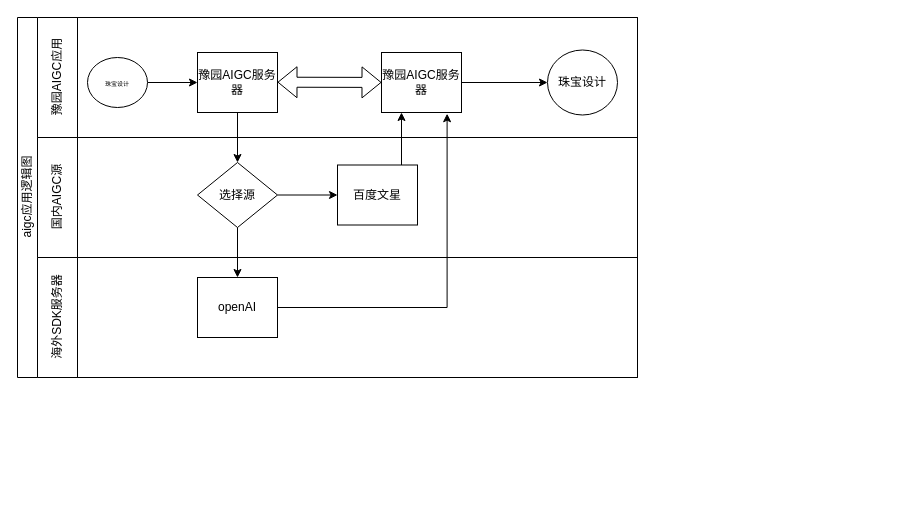
Above: 未命名绘图.drawio in parson724/diagrams (draw.io), before the change. Source tidied: cells renumbered, new cells numbered last; positions are measured from the earlier drawing's top-left corner, leaving out a move shared by most shapes. Both pictures are drawn from the tidied source at 100%, with x=0, y=0 at pixel (17, 17).
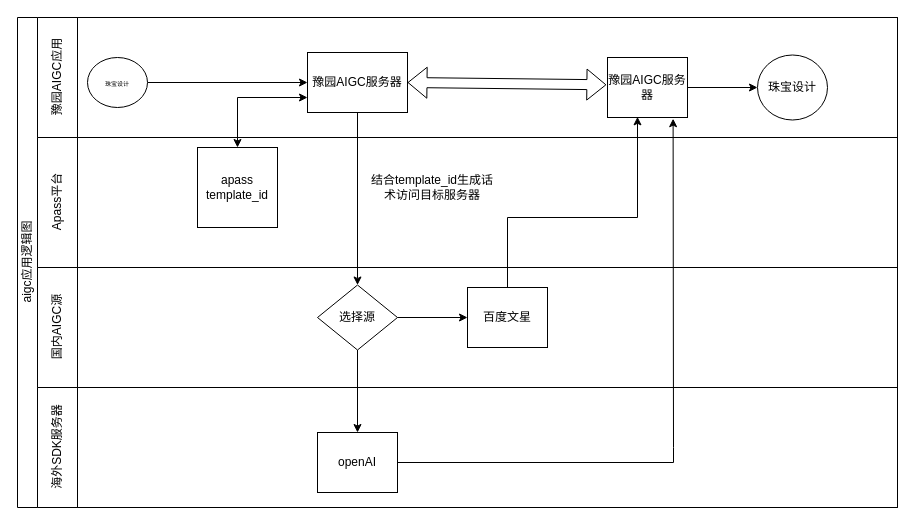
After the change.

Commit message:
更新未命名绘图.drawio

The edit, as a diff of the source:
```diff
@@
-    <mxCell id="2" value="&lt;span style=&quot;font-weight: normal;&quot;&gt;aigc应用逻辑图&lt;/span&gt;" style="swimlane;html=1;horizontal=0;startSize=20;" parent="1" vertex="1">
-      <mxGeometry width="620" height="360" as="geometry" />
+    <mxCell id="2" value="&lt;span style=&quot;&quot;&gt;aigc应用逻辑图&lt;/span&gt;" style="swimlane;html=1;horizontal=0;startSize=20;fontStyle=0;" parent="1" vertex="1">
+      <mxGeometry width="880" height="490" as="geometry" />
     </mxCell>
     <mxCell id="3" value="&lt;span style=&quot;font-weight: normal;&quot;&gt;豫园AIGC应用&lt;/span&gt;" style="swimlane;html=1;startSize=40;horizontal=0;" parent="2" vertex="1">
-      <mxGeometry x="20" width="600" height="120" as="geometry" />
+      <mxGeometry x="20" width="860" height="120" as="geometry" />
     </mxCell>
@@
     <mxCell id="6" value="豫园AIGC服务器" style="rounded=0;whiteSpace=wrap;html=1;fontFamily=Helvetica;fontSize=12;fontColor=#000000;align=center;" parent="3" vertex="1">
-      <mxGeometry x="160" y="35" width="80" height="60" as="geometry" />
+      <mxGeometry x="270" y="35" width="100" height="60" as="geometry" />
     </mxCell>
     <mxCell id="7" value="珠宝设计" style="ellipse;whiteSpace=wrap;html=1;" parent="3" vertex="1">
-      <mxGeometry x="510" y="32.5" width="70" height="65" as="geometry" />
+      <mxGeometry x="720" y="37.5" width="70" height="65" as="geometry" />
     </mxCell>
-    <mxCell id="8" style="edgeStyle=orthogonalEdgeStyle;rounded=0;jettySize=auto;html=1;" parent="3" edge="1" source="9" target="7">
+    <mxCell id="8" style="edgeStyle=orthogonalEdgeStyle;rounded=0;jettySize=auto;html=1;entryX=0;entryY=0.5;entryDx=0;entryDy=0;" parent="3" edge="1" source="9" target="7">
       <mxGeometry relative="1" as="geometry" />
     </mxCell>
     <mxCell id="9" value="豫园AIGC服务器" style="rounded=0;whiteSpace=wrap;html=1;fontFamily=Helvetica;fontSize=12;fontColor=#000000;align=center;" parent="3" vertex="1">
-      <mxGeometry x="344" y="35" width="80" height="60" as="geometry" />
+      <mxGeometry x="570" y="40" width="80" height="60" as="geometry" />
     </mxCell>
-    <mxCell id="10" style="shape=flexArrow;endArrow=classic;startArrow=classic;html=1;rounded=0;" parent="3" edge="1" source="9">
-      <mxGeometry relative="1" as="geometry">
-        <mxPoint x="240" y="64.7" as="targetPoint" />
-      </mxGeometry>
+    <mxCell id="10" style="shape=flexArrow;endArrow=classic;startArrow=classic;html=1;rounded=0;exitX=-0.014;exitY=0.455;exitDx=0;exitDy=0;exitPerimeter=0;entryX=1;entryY=0.5;entryDx=0;entryDy=0;" parent="3" edge="1" source="9" target="6">
+      <mxGeometry relative="1" as="geometry" />
     </mxCell>
-    <mxCell id="11" value="&lt;span style=&quot;font-weight: normal;&quot;&gt;国内AIGC源&lt;/span&gt;" style="swimlane;html=1;startSize=40;horizontal=0;" parent="2" vertex="1">
-      <mxGeometry x="20" y="120" width="600" height="120" as="geometry" />
+    <mxCell id="11" value="&lt;span style=&quot;font-weight: 400;&quot;&gt;Apass平台&lt;/span&gt;" style="swimlane;html=1;startSize=40;horizontal=0;" parent="2" vertex="1">
+      <mxGeometry x="20" y="120" width="860" height="130" as="geometry" />
     </mxCell>
+    <mxCell id="21" value="apass template_id" style="whiteSpace=wrap;html=1;" parent="11" vertex="1">
+      <mxGeometry x="160" y="10" width="80" height="80" as="geometry" />
+    </mxCell>
+    <mxCell id="22" value="结合template_id生成话术访问目标服务器" style="text;html=1;strokeColor=none;fillColor=none;align=center;verticalAlign=middle;whiteSpace=wrap;rounded=0;" parent="11" vertex="1">
+      <mxGeometry x="330" y="20" width="130" height="60" as="geometry" />
+    </mxCell>
+    <mxCell id="16" style="edgeStyle=orthogonalEdgeStyle;rounded=0;jettySize=auto;html=1;entryX=0.5;entryY=0;entryDx=0;entryDy=0;" parent="2" edge="1" source="14" target="20">
+      <mxGeometry relative="1" as="geometry" />
+    </mxCell>
+    <mxCell id="17" style="edgeStyle=orthogonalEdgeStyle;rounded=0;jettySize=auto;html=1;endArrow=classic;endFill=1;exitX=1;exitY=0.5;exitDx=0;exitDy=0;entryX=0.82;entryY=1.02;entryDx=0;entryDy=0;entryPerimeter=0;" parent="2" edge="1" source="20" target="9">
+      <mxGeometry relative="1" as="geometry">
+        <Array as="points">
+          <mxPoint x="656" y="430" />
+          <mxPoint x="656" y="110" />
+        </Array>
+      </mxGeometry>
+    </mxCell>
+    <mxCell id="19" value="&lt;span style=&quot;font-weight: normal;&quot;&gt;国内AIGC源&lt;/span&gt;" style="swimlane;html=1;startSize=40;horizontal=0;" parent="2" vertex="1">
+      <mxGeometry x="20" y="250" width="860" height="120" as="geometry" />
+    </mxCell>
+    <mxCell id="14" value="选择源" style="rhombus;whiteSpace=wrap;html=1;fontFamily=Helvetica;fontSize=12;fontColor=#000000;align=center;" parent="19" vertex="1">
+      <mxGeometry x="280" y="17.5" width="80" height="65" as="geometry" />
+    </mxCell>
-    <mxCell id="12" value="百度文星" style="rounded=0;whiteSpace=wrap;html=1;fontFamily=Helvetica;fontSize=12;fontColor=#000000;align=center;" parent="11" vertex="1">
-      <mxGeometry x="300" y="27.5" width="80" height="60" as="geometry" />
+    <mxCell id="12" value="百度文星" style="rounded=0;whiteSpace=wrap;html=1;fontFamily=Helvetica;fontSize=12;fontColor=#000000;align=center;" parent="19" vertex="1">
+      <mxGeometry x="430" y="20" width="80" height="60" as="geometry" />
     </mxCell>
-    <mxCell id="13" style="edgeStyle=orthogonalEdgeStyle;rounded=0;jettySize=auto;html=1;entryX=0;entryY=0.5;entryDx=0;entryDy=0;" parent="11" edge="1" source="14" target="12">
+    <mxCell id="13" style="edgeStyle=orthogonalEdgeStyle;rounded=0;jettySize=auto;html=1;entryX=0;entryY=0.5;entryDx=0;entryDy=0;" parent="19" edge="1" source="14" target="12">
       <mxGeometry relative="1" as="geometry" />
     </mxCell>
-    <mxCell id="14" value="选择源" style="rhombus;whiteSpace=wrap;html=1;fontFamily=Helvetica;fontSize=12;fontColor=#000000;align=center;" parent="11" vertex="1">
-      <mxGeometry x="160" y="25" width="80" height="65" as="geometry" />
-    </mxCell>
+    <mxCell id="23" value="&lt;span style=&quot;font-weight: normal;&quot;&gt;海外SDK服务器&lt;/span&gt;" style="swimlane;html=1;startSize=40;horizontal=0;" parent="2" vertex="1">
+      <mxGeometry x="20" y="370" width="860" height="120" as="geometry" />
+    </mxCell>
+    <mxCell id="20" value="openAI" style="rounded=0;whiteSpace=wrap;html=1;fontFamily=Helvetica;fontSize=12;fontColor=#000000;align=center;" parent="23" vertex="1">
+      <mxGeometry x="280" y="45" width="80" height="60" as="geometry" />
+    </mxCell>
+    <mxCell id="18" style="edgeStyle=orthogonalEdgeStyle;rounded=0;jettySize=auto;html=1;entryX=0.375;entryY=0.989;entryDx=0;entryDy=0;entryPerimeter=0;" parent="2" edge="1" source="12" target="9">
+      <mxGeometry relative="1" as="geometry">
+        <Array as="points">
+          <mxPoint x="490" y="200" />
+          <mxPoint x="620" y="200" />
+        </Array>
+      </mxGeometry>
+    </mxCell>
+    <mxCell id="24" style="endArrow=classic;startArrow=classic;html=1;rounded=0;entryX=0;entryY=0.75;entryDx=0;entryDy=0;exitX=0.5;exitY=0;exitDx=0;exitDy=0;" parent="2" edge="1" source="21" target="6">
+      <mxGeometry relative="1" as="geometry">
+        <Array as="points">
+          <mxPoint x="220" y="80" />
+        </Array>
+      </mxGeometry>
+    </mxCell>
@@
-    <mxCell id="16" style="edgeStyle=orthogonalEdgeStyle;rounded=0;jettySize=auto;html=1;entryX=0.5;entryY=0;entryDx=0;entryDy=0;" parent="2" edge="1" source="14" target="20">
-      <mxGeometry relative="1" as="geometry" />
-    </mxCell>
-    <mxCell id="17" style="edgeStyle=orthogonalEdgeStyle;rounded=0;jettySize=auto;html=1;endArrow=classic;endFill=1;exitX=1;exitY=0.5;exitDx=0;exitDy=0;entryX=0.82;entryY=1.02;entryDx=0;entryDy=0;entryPerimeter=0;" parent="2" edge="1" source="20" target="9">
-      <mxGeometry relative="1" as="geometry">
-        <Array as="points">
-          <mxPoint x="430" y="290" />
-        </Array>
-      </mxGeometry>
-    </mxCell>
-    <mxCell id="18" style="edgeStyle=orthogonalEdgeStyle;rounded=0;jettySize=auto;html=1;entryX=0.25;entryY=1;entryDx=0;entryDy=0;" parent="2" edge="1" source="12" target="9">
-      <mxGeometry relative="1" as="geometry">
-        <Array as="points">
-          <mxPoint x="384" y="177" />
-        </Array>
-      </mxGeometry>
-    </mxCell>
-    <mxCell id="19" value="&lt;span style=&quot;font-weight: normal;&quot;&gt;海外SDK服务器&lt;/span&gt;" style="swimlane;html=1;startSize=40;horizontal=0;" parent="2" vertex="1">
-      <mxGeometry x="20" y="240" width="600" height="120" as="geometry" />
-    </mxCell>
-    <mxCell id="20" value="openAI" style="rounded=0;whiteSpace=wrap;html=1;fontFamily=Helvetica;fontSize=12;fontColor=#000000;align=center;" parent="19" vertex="1">
-      <mxGeometry x="160" y="20" width="80" height="60" as="geometry" />
-    </mxCell>
```
